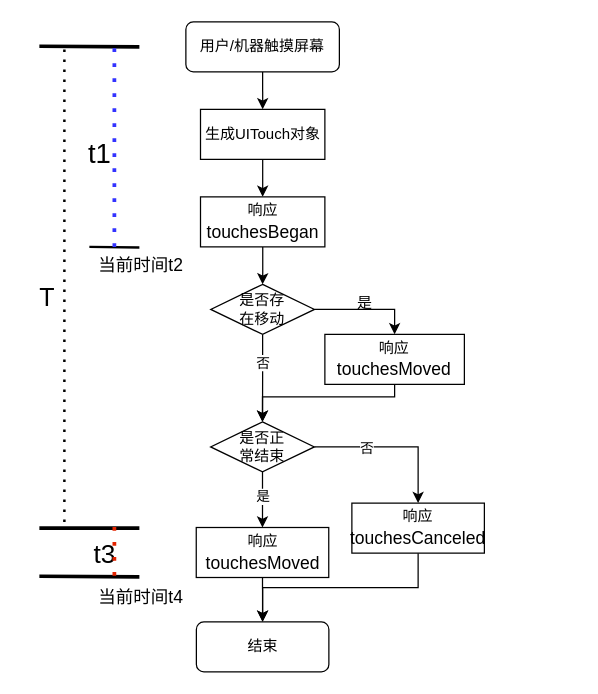
The draw.io diagram 未命名绘图.drawio in wushenchao/dro, before the edit. Source tidied: cells renumbered, new cells numbered last; positions are measured from the earlier drawing's top-left corner, leaving out a move shared by most shapes. Both pictures are drawn from the tidied source at 125%, with x=0, y=0 at pixel (21, 21).
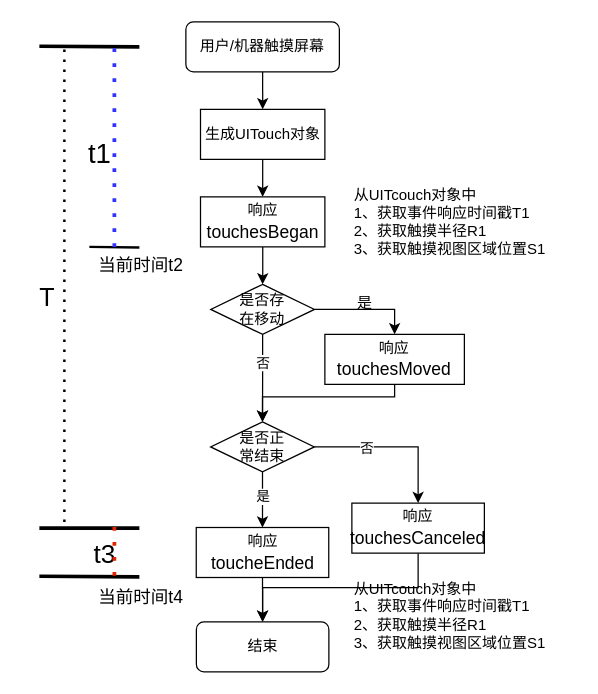
Above is the later version.

Commit message:
更新未命名绘图.drawio

Change to the diagram source:
```diff
@@
-    <mxCell id="21" value="响应&lt;span style=&quot;text-align: start; font-size: 10.5pt; line-height: 16.799999px; font-family: Calibri, sans-serif;&quot; lang=&quot;EN-US&quot;&gt;&lt;span style=&quot;font-size: 10.5pt; line-height: 16.799999px;&quot; lang=&quot;EN-US&quot;&gt;touchesMoved&lt;/span&gt;&lt;/span&gt;&lt;span style=&quot;font-family: -webkit-standard; font-size: medium; text-align: start;&quot;&gt;&lt;/span&gt;" style="rounded=0;whiteSpace=wrap;html=1;" parent="1" vertex="1">
+    <mxCell id="21" value="响应&lt;span style=&quot;text-align: start; font-size: 10.5pt; line-height: 16.799999px; font-family: Calibri, sans-serif;&quot; lang=&quot;EN-US&quot;&gt;&lt;span style=&quot;font-size: 10.5pt; line-height: 16.799999px;&quot; lang=&quot;EN-US&quot;&gt;toucheEnded&lt;/span&gt;&lt;/span&gt;&lt;span style=&quot;font-family: -webkit-standard; font-size: medium; text-align: start;&quot;&gt;&lt;/span&gt;" style="rounded=0;whiteSpace=wrap;html=1;" parent="1" vertex="1">
       <mxGeometry x="139.5" y="404.5" width="106" height="40" as="geometry" />
     </mxCell>
@@
+    <mxCell id="37" value="&lt;div&gt;从UITcouch对象中&lt;/div&gt;1、获取事件响应时间戳T1&lt;div&gt;2、获取触摸半径R1&lt;/div&gt;&lt;div&gt;3、获取触摸视图区域位置S1&lt;/div&gt;" style="text;html=1;align=left;verticalAlign=middle;strokeColor=none;fillColor=none;" parent="1" vertex="1">
+      <mxGeometry x="264" y="125" width="180" height="70" as="geometry" />
+    </mxCell>
+    <mxCell id="38" value="&lt;div&gt;从UITcouch对象中&lt;/div&gt;1、获取事件响应时间戳T1&lt;div&gt;2、获取触摸半径R1&lt;/div&gt;&lt;div&gt;3、获取触摸视图区域位置S1&lt;/div&gt;" style="text;html=1;align=left;verticalAlign=middle;strokeColor=none;fillColor=none;" parent="1" vertex="1">
+      <mxGeometry x="264" y="440" width="180" height="70" as="geometry" />
+    </mxCell>
```
